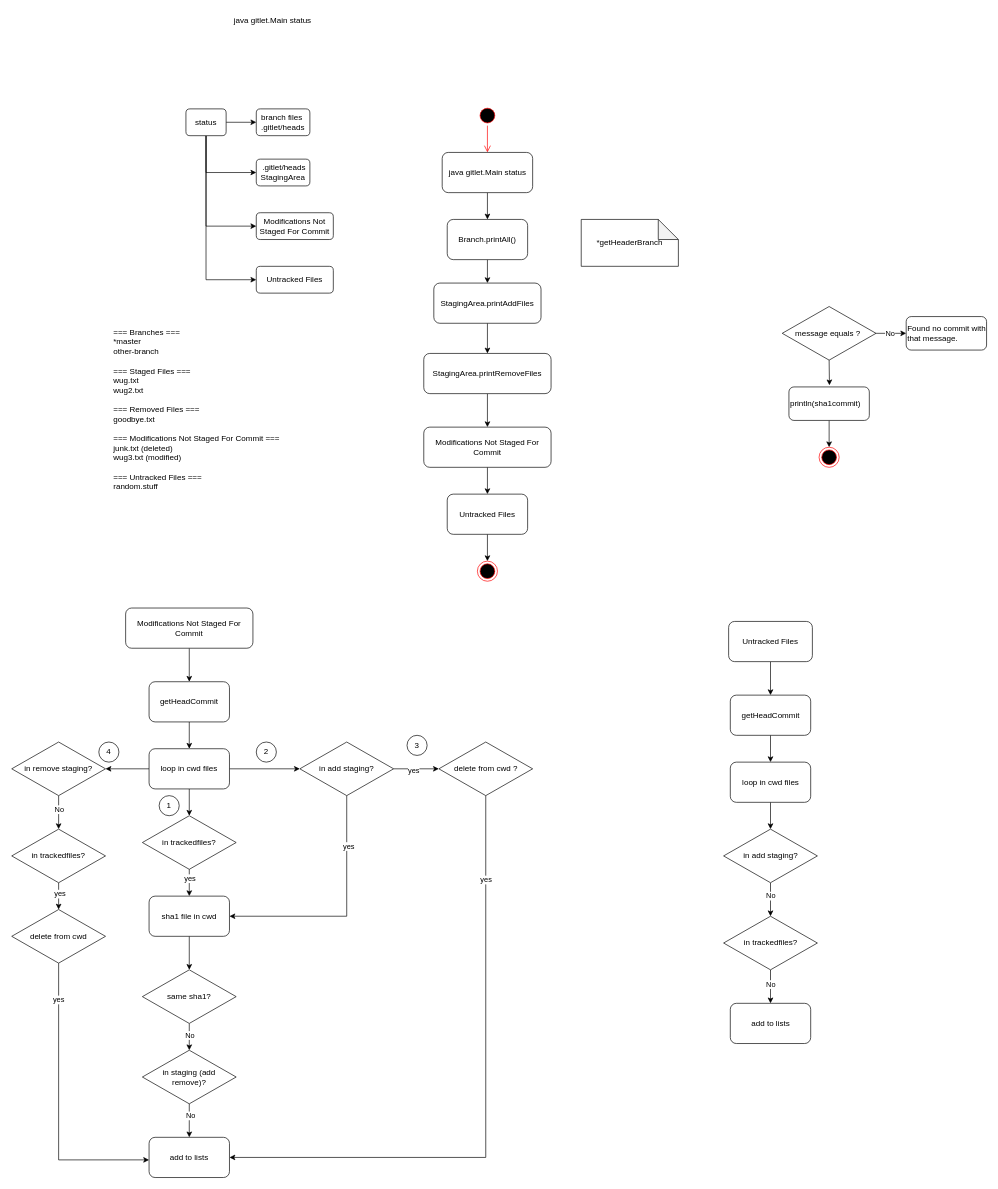
The draw.io diagram page "status" (12 of 12) of proj2/design.drawio in hangocanh2303/cs61b-self-learning, before the edit. Source tidied: cells renumbered, new cells numbered last; positions are measured from the earlier drawing's top-left corner, leaving out a move shared by most shapes. Both pictures are drawn from the tidied source at 67%, with x=0, y=0 at pixel (11, 11).
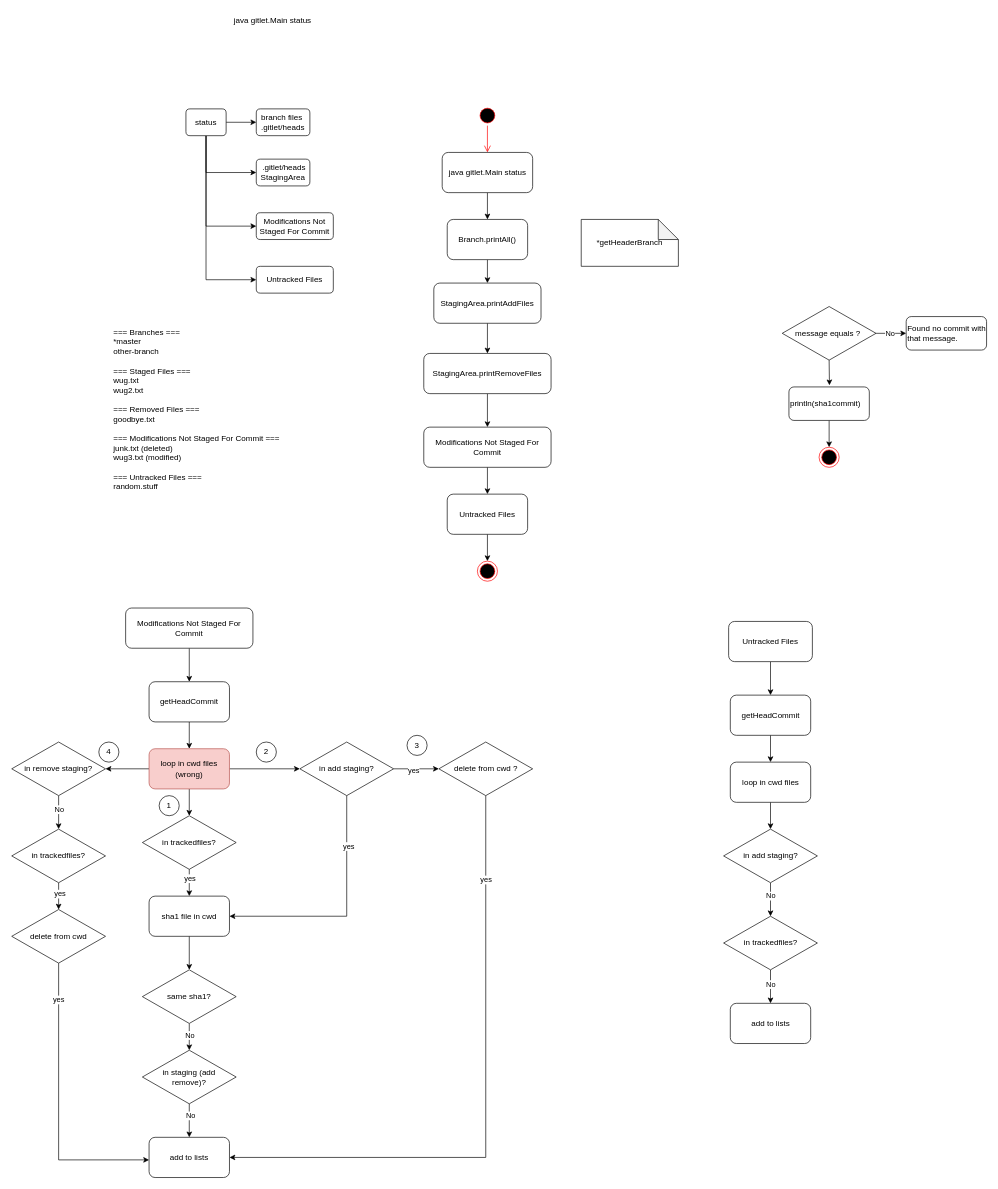
After the change.

The edit, as a diff of the source:
```diff
@@
-    <mxCell id="49" value="loop in cwd files&lt;div&gt;&lt;/div&gt;" style="rounded=1;whiteSpace=wrap;html=1;" parent="1" vertex="1">
+    <mxCell id="49" value="loop in cwd files&lt;div&gt;&lt;/div&gt;&lt;div&gt;(wrong)&lt;/div&gt;" style="rounded=1;whiteSpace=wrap;html=1;fillColor=#f8cecc;strokeColor=#b85450;" parent="1" vertex="1">
       <mxGeometry x="205" y="1100" width="120" height="60" as="geometry" />
     </mxCell>
```
